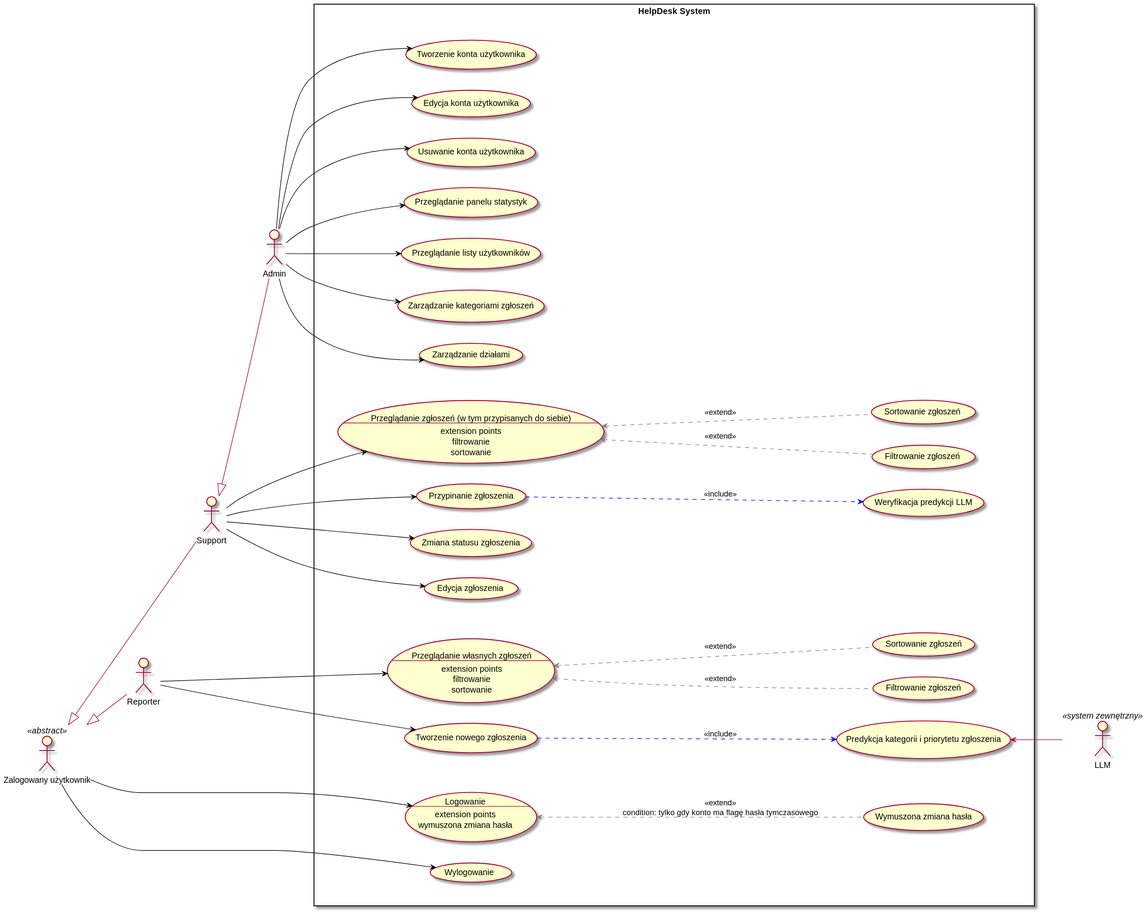
Above: docs/use_case_diagram.svg in Barry4747/HelpDesk (PlantUML), before the change. Source of this version:
```plantuml
@startuml
left to right direction

skinparam arrow {
  Color<<assoc>> Black
  Color<<extend>> Gray
  Color<<include>> Blue
}

actor "Zalogowany użytkownik" as User <<abstract>>
actor Reporter
actor Support
actor Admin
actor LLM <<system zewnętrzny>>

Reporter -up-|> User
Support -up-|> User
Admin -up-|> Support

Reporter -[hidden]down-> Support
Support -[hidden]down-> Admin

rectangle "HelpDesk System" {

  together {
    usecase UC_Logowanie as "Logowanie
    --
    extension points
    wymuszona zmiana hasła"
    usecase "Wymuszona zmiana hasła" as UC_ZmianaHasla
    usecase "Wylogowanie" as UC_Wylogowanie
  }

  together {
    usecase UC_Rep_Przegladanie as "Przeglądanie własnych zgłoszeń
    --
    extension points
    filtrowanie
    sortowanie"
    usecase "Tworzenie nowego zgłoszenia" as UC_Rep_Tworzenie
    usecase "Predykcja kategorii i priorytetu zgłoszenia" as UC_LLM_Predykcja
    usecase "Filtrowanie zgłoszeń" as UC_Rep_Filtrowanie
    usecase "Sortowanie zgłoszeń" as UC_Rep_Sortowanie
  }

  together {
    usecase UC_Sup_Przegladanie as "Przeglądanie zgłoszeń (w tym przypisanych do siebie)
    --
    extension points
    filtrowanie
    sortowanie"
    usecase "Przypinanie zgłoszenia" as UC_Sup_Przypinanie
    usecase "Weryfikacja predykcji LLM" as UC_Sup_Weryfikacja
    usecase "Zmiana statusu zgłoszenia" as UC_Sup_Zmiana
    usecase "Edycja zgłoszenia" as UC_Sup_Edycja
    usecase "Filtrowanie zgłoszeń " as UC_Sup_Filtrowanie
    usecase "Sortowanie zgłoszeń " as UC_Sup_Sortowanie
  }

  together {
    usecase "Tworzenie konta użytkownika" as UC_Adm_Tworzenie
    usecase "Edycja konta użytkownika" as UC_Adm_Edycja
    usecase "Usuwanie konta użytkownika" as UC_Adm_Usuwanie
    usecase "Przeglądanie panelu statystyk" as UC_Adm_Statystyki
    usecase "Przeglądanie listy użytkowników" as UC_Adm_Lista
    usecase "Zarządzanie kategoriami zgłoszeń" as UC_Adm_Kategorie
    usecase "Zarządzanie działami" as UC_Adm_Dzialy
  }
}

User --> UC_Logowanie <<assoc>>
User --> UC_Wylogowanie <<assoc>>
UC_Logowanie <.[#Gray]. UC_ZmianaHasla : <<extend>>\ncondition: tylko gdy konto ma flagę hasła tymczasowego

Reporter --> UC_Rep_Przegladanie <<assoc>>
Reporter --> UC_Rep_Tworzenie <<assoc>>
UC_Rep_Tworzenie .[#Blue].> UC_LLM_Predykcja : <<include>>
UC_LLM_Predykcja <-- LLM

UC_Rep_Przegladanie <.[#Gray]. UC_Rep_Filtrowanie : <<extend>>
UC_Rep_Przegladanie <.[#Gray]. UC_Rep_Sortowanie : <<extend>>

Support --> UC_Sup_Przegladanie <<assoc>>
Support --> UC_Sup_Przypinanie <<assoc>>
Support --> UC_Sup_Zmiana <<assoc>>
Support --> UC_Sup_Edycja <<assoc>>
UC_Sup_Przypinanie .[#Blue].> UC_Sup_Weryfikacja : <<include>>

UC_Sup_Przegladanie <.[#Gray]. UC_Sup_Filtrowanie : <<extend>>
UC_Sup_Przegladanie <.[#Gray]. UC_Sup_Sortowanie : <<extend>>

Admin --> UC_Adm_Tworzenie <<assoc>>
Admin --> UC_Adm_Edycja <<assoc>>
Admin --> UC_Adm_Usuwanie <<assoc>>
Admin --> UC_Adm_Statystyki <<assoc>>
Admin --> UC_Adm_Lista <<assoc>>
Admin --> UC_Adm_Kategorie <<assoc>>
Admin --> UC_Adm_Dzialy <<assoc>>

@enduml
```
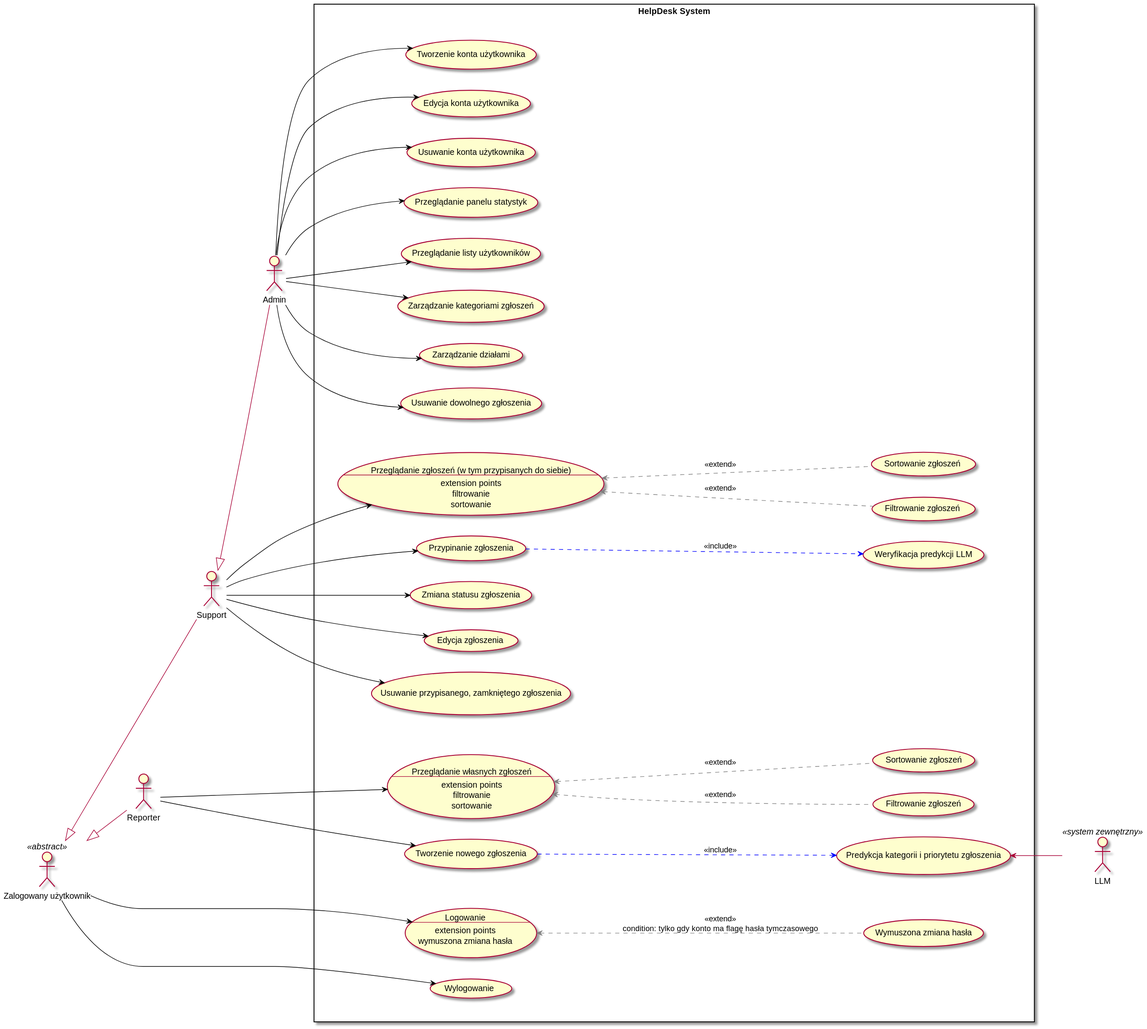
Later version of the same file.

The edit, as a diff of the source:
```diff
@@ -53,6 +53,7 @@
     usecase "Weryfikacja predykcji LLM" as UC_Sup_Weryfikacja
     usecase "Zmiana statusu zgłoszenia" as UC_Sup_Zmiana
     usecase "Edycja zgłoszenia" as UC_Sup_Edycja
+    usecase "Usuwanie przypisanego, zamkniętego zgłoszenia" as UC_Sup_Usuwanie
     usecase "Filtrowanie zgłoszeń " as UC_Sup_Filtrowanie
     usecase "Sortowanie zgłoszeń " as UC_Sup_Sortowanie
   }
@@ -65,6 +66,7 @@
     usecase "Przeglądanie listy użytkowników" as UC_Adm_Lista
     usecase "Zarządzanie kategoriami zgłoszeń" as UC_Adm_Kategorie
     usecase "Zarządzanie działami" as UC_Adm_Dzialy
+    usecase "Usuwanie dowolnego zgłoszenia" as UC_Adm_Usuwanie_Zgloszenia
   }
 }
 
@@ -84,6 +86,7 @@
 Support --> UC_Sup_Przypinanie <<assoc>>
 Support --> UC_Sup_Zmiana <<assoc>>
 Support --> UC_Sup_Edycja <<assoc>>
+Support --> UC_Sup_Usuwanie <<assoc>>
 UC_Sup_Przypinanie .[#Blue].> UC_Sup_Weryfikacja : <<include>>
 
 UC_Sup_Przegladanie <.[#Gray]. UC_Sup_Filtrowanie : <<extend>>
@@ -96,5 +99,6 @@
 Admin --> UC_Adm_Lista <<assoc>>
 Admin --> UC_Adm_Kategorie <<assoc>>
 Admin --> UC_Adm_Dzialy <<assoc>>
+Admin --> UC_Adm_Usuwanie_Zgloszenia <<assoc>>
 
 @enduml
```
